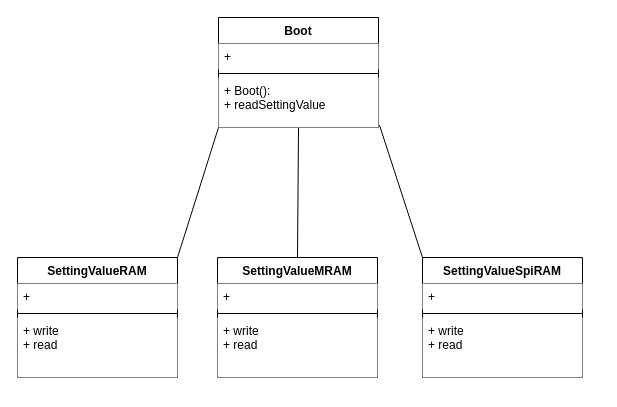
Above: 4_open_closed_principle/img/前回設定値の反映classNG.drawio in grace2riku/solid_principle_example (draw.io), before the change. Source tidied: cells renumbered, new cells numbered last; positions are measured from the earlier drawing's top-left corner, leaving out a move shared by most shapes. Both pictures are drawn from the tidied source at 100%, with x=0, y=0 at pixel (17, 17).
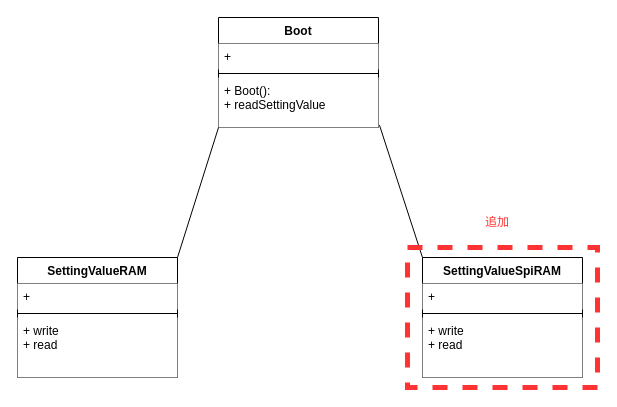
Above is the later version.

Commit message (it also covers changes not shown here):
説明のシナリオ秋雨生。図を説明のシナリオに沿った内容に変更

The change refers to these unchanged cells:
```xml
<mxCell id="3" value="Boot" style="swimlane;fontStyle=1;align=center;verticalAlign=top;horizontal=1;startSize=26;" parent="1" vertex="1">
  <mxGeometry x="201" width="160" height="110" as="geometry" />
</mxCell>
```

The edit, as a diff of the source:
```diff
@@
-    <mxCell id="2" style="edgeStyle=none;html=1;exitX=0.5;exitY=1;exitDx=0;exitDy=0;entryX=0.5;entryY=0;entryDx=0;entryDy=0;endArrow=none;endFill=0;" parent="1" edge="1" source="3" target="17">
-      <mxGeometry relative="1" as="geometry" />
-    </mxCell>
@@
-    <mxCell id="17" value="SettingValueMRAM" style="swimlane;fontStyle=1;align=center;verticalAlign=top;horizontal=1;startSize=26;" parent="1" vertex="1">
-      <mxGeometry x="200" y="240" width="160" height="120" as="geometry" />
-    </mxCell>
-    <mxCell id="18" value="+  " style="text;strokeColor=none;fillColor=default;align=left;verticalAlign=top;spacingLeft=4;spacingRight=4;overflow=hidden;" parent="17" vertex="1">
-      <mxGeometry y="26" width="160" height="26" as="geometry" />
-    </mxCell>
-    <mxCell id="19" style="line;strokeWidth=1;fillColor=none;align=left;verticalAlign=middle;spacingTop=-1;spacingLeft=3;spacingRight=3;labelPosition=right;strokeColor=inherit;" parent="17" vertex="1">
-      <mxGeometry y="52" width="160" height="8" as="geometry" />
-    </mxCell>
-    <mxCell id="20" value="+ write&#10;+ read" style="text;strokeColor=none;fillColor=default;align=left;verticalAlign=top;spacingLeft=4;spacingRight=4;overflow=hidden;" parent="17" vertex="1">
-      <mxGeometry y="60" width="160" height="60" as="geometry" />
-    </mxCell>
+    <mxCell id="21" style="whiteSpace=wrap;html=1;fillColor=none;dashed=1;strokeColor=#FF3333;strokeWidth=5;" parent="1" vertex="1">
+      <mxGeometry x="390" y="230" width="190" height="140" as="geometry" />
+    </mxCell>
+    <mxCell id="22" value="&lt;font color=&quot;#ff3333&quot;&gt;追加&lt;/font&gt;" style="text;strokeColor=none;align=center;fillColor=none;html=1;verticalAlign=middle;whiteSpace=wrap;rounded=0;dashed=1;strokeWidth=5;" parent="1" vertex="1">
+      <mxGeometry x="450" y="190" width="60" height="30" as="geometry" />
+    </mxCell>
```
